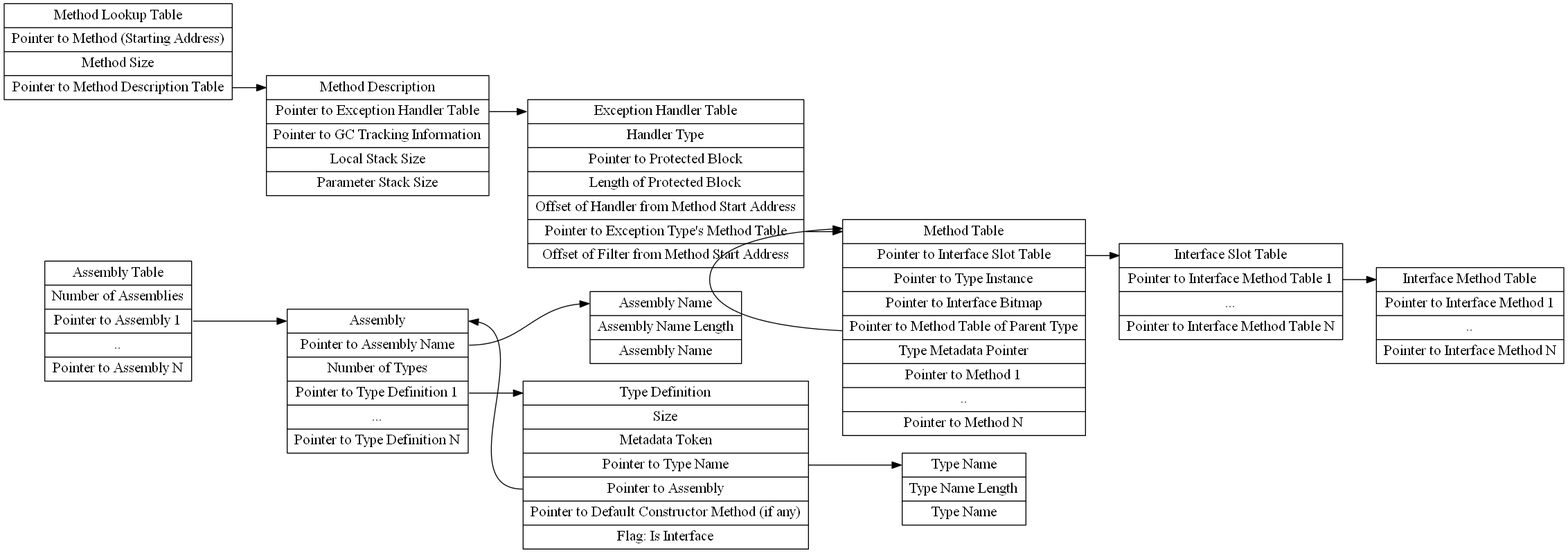
mosa/MOSA-Project keeps this Graphviz diagram as Docs/MOSA-Runtime-Tables.png. Above is the earlier version. Its source is kept beside it as Docs/MOSA-Runtime-Tables.gv.
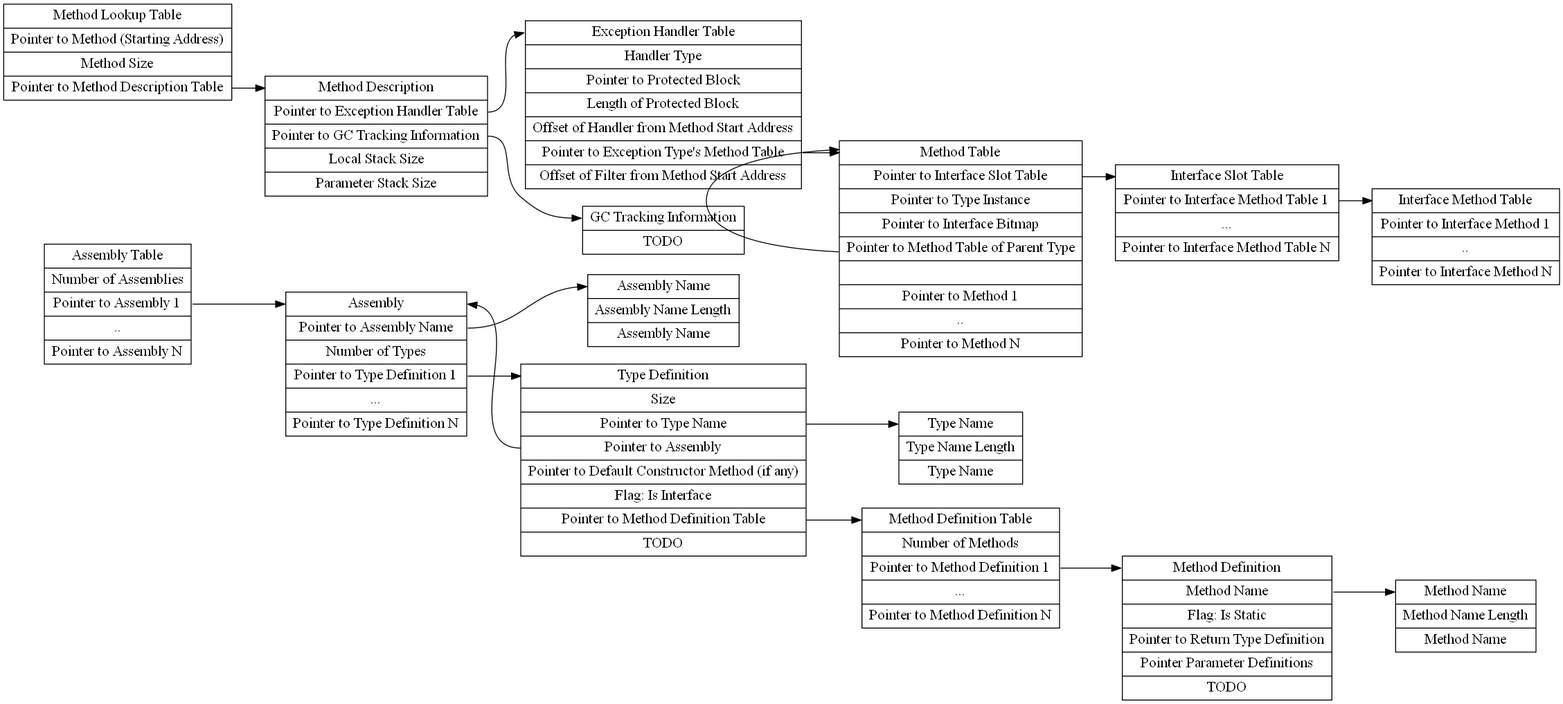
Later version of the same file.

Commit message:
- Updated MOSA Runtime Tables Diagram

What changed in the source:
```diff
@@ -20,7 +20,7 @@
 ];
 
 "node2" [
-label = "<f0>Type Definition|Size|Metadata Token|<f2>Pointer to Type Name|<f1>Pointer to Assembly|Pointer to Default Constructor Method (if any)|Flag: Is Interface"
+label = "<f0>Type Definition|Size|<f2>Pointer to Type Name|<f1>Pointer to Assembly|Pointer to Default Constructor Method (if any)|Flag: Is Interface|<f3>Pointer to Method Definition Table|TODO"
 shape = "record"
 ];
 
@@ -50,7 +50,7 @@
 ];
 
 "node8" [
-label = "<f0>Method Table|<f2>Pointer to Interface Slot Table|Pointer to Type Instance|Pointer to Interface Bitmap|<f1>Pointer to Method Table of Parent Type|Type Metadata Pointer|Pointer to Method 1|..|Pointer to Method N"
+label = "<f0>Method Table|<f2>Pointer to Interface Slot Table|Pointer to Type Instance|Pointer to Interface Bitmap|<f1>Pointer to Method Table of Parent Type||Pointer to Method 1|..|Pointer to Method N"
 shape = "record"
 ];
 
@@ -61,6 +61,26 @@
 
 "node10" [
 label = "<f0>Interface Method Table|Pointer to Interface Method 1|..|Pointer to Interface Method N"
+shape = "record"
+];
+
+"node11" [
+label = "<f0>Method Definition|<f1>Method Name|Flag: Is Static|Pointer to Return Type Definition|Pointer Parameter Definitions|TODO"
+shape = "record"
+];
+
+"node12" [
+label = "<f0>Method Name|Method Name Length|Method Name"
+shape = "record"
+];
+
+"node13" [
+label = "<f0>GC Tracking Information|TODO"
+shape = "record"
+];
+
+"node14" [
+label = "<f0>Method Definition Table|Number of Methods|<f3>Pointer to Method Definition 1|...|Pointer to Method Definition N"
 shape = "record"
 ];
 
@@ -108,4 +128,20 @@
 id = 0
 ];
 
+"node11":f1 -> "node12":f0 [
+id = 0
+];
+
+"node6":f2 -> "node13":f0 [
+id = 0
+];
+
+"node2":f3 -> "node14":f0 [
+id = 0
+];
+
+"node14":f3 -> "node11":f0 [
+id = 0
+];
+
 }
```
